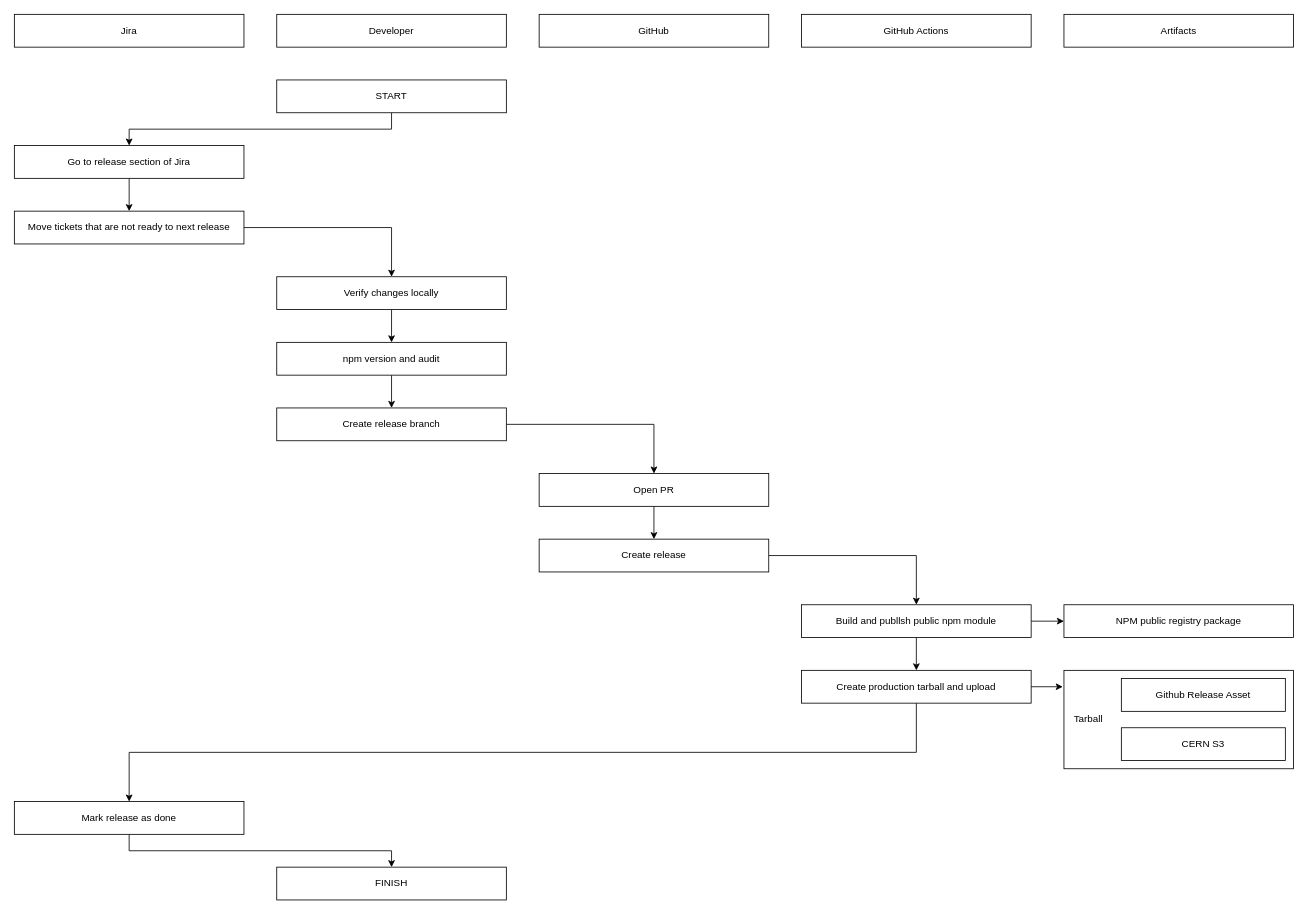
This is documentation/images/release_diagram.drawio from AliceO2Group/WebUi, a draw.io file, before an edit. Source tidied: cells renumbered, new cells numbered last; positions are measured from the earlier drawing's top-left corner, leaving out a move shared by most shapes. Both pictures are drawn from the tidied source at 82%, with x=0, y=0 at pixel (14, 14).
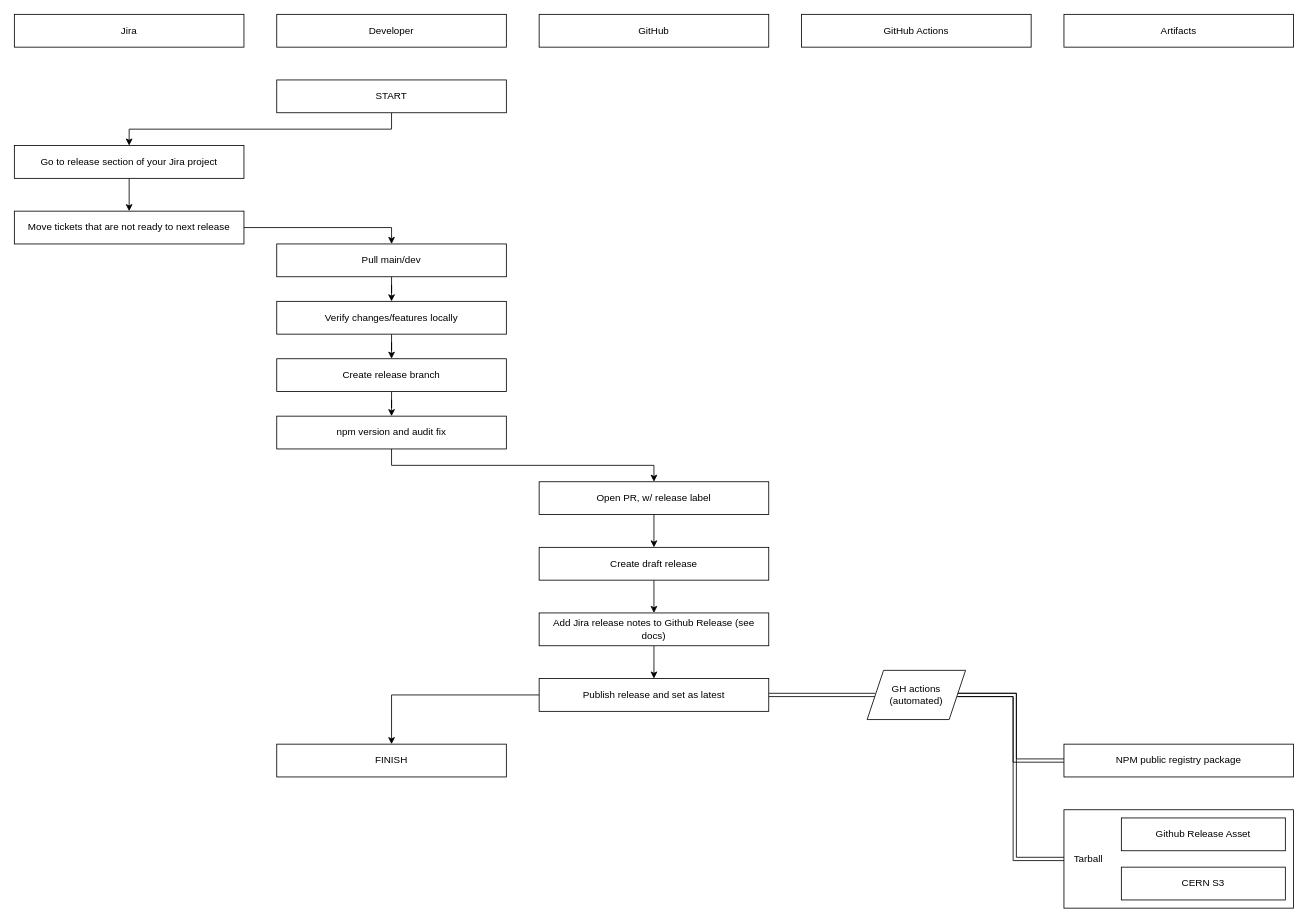
After the change.

The change refers to these unchanged cells:
```xml
<mxCell id="11" value="Move tickets that are not ready to next release" style="rounded=0;whiteSpace=wrap;html=1;" parent="1" vertex="1">
  <mxGeometry y="240" width="280" height="40" as="geometry" />
</mxCell>
```

What changed in the source:
```diff
@@
     <mxCell id="2" style="rounded=0;whiteSpace=wrap;html=1;" parent="1" vertex="1">
-      <mxGeometry x="1280" y="800" width="280" height="120" as="geometry" />
+      <mxGeometry x="1280" y="970" width="280" height="120" as="geometry" />
     </mxCell>
@@
-    <mxCell id="9" value="Go to release section of Jira" style="rounded=0;whiteSpace=wrap;html=1;" parent="1" vertex="1">
+    <mxCell id="9" value="Go to release section of your Jira project" style="rounded=0;whiteSpace=wrap;html=1;" parent="1" vertex="1">
       <mxGeometry y="160" width="280" height="40" as="geometry" />
     </mxCell>
-    <mxCell id="10" style="edgeStyle=orthogonalEdgeStyle;rounded=0;jettySize=auto;html=1;entryX=0.5;entryY=0;entryDx=0;entryDy=0;" parent="1" edge="1" source="11" target="13">
-      <mxGeometry relative="1" as="geometry" />
-    </mxCell>
+    <mxCell id="37" style="edgeStyle=orthogonalEdgeStyle;rounded=0;jettySize=auto;html=1;entryX=0.5;entryY=0;entryDx=0;entryDy=0;" parent="1" edge="1" source="11" target="43">
+      <mxGeometry relative="1" as="geometry" />
+    </mxCell>
@@
-    <mxCell id="12" style="edgeStyle=orthogonalEdgeStyle;rounded=0;jettySize=auto;html=1;" parent="1" edge="1" source="13" target="32">
-      <mxGeometry relative="1" as="geometry" />
-    </mxCell>
+    <mxCell id="38" style="edgeStyle=orthogonalEdgeStyle;rounded=0;jettySize=auto;html=1;entryX=0.5;entryY=0;entryDx=0;entryDy=0;" parent="1" edge="1" source="13" target="15">
+      <mxGeometry relative="1" as="geometry" />
+    </mxCell>
-    <mxCell id="13" value="Verify changes locally" style="rounded=0;whiteSpace=wrap;html=1;" parent="1" vertex="1">
-      <mxGeometry x="320" y="320" width="280" height="40" as="geometry" />
+    <mxCell id="13" value="Verify changes/features locally" style="rounded=0;whiteSpace=wrap;html=1;" parent="1" vertex="1">
+      <mxGeometry x="320" y="350" width="280" height="40" as="geometry" />
     </mxCell>
-    <mxCell id="14" style="edgeStyle=orthogonalEdgeStyle;rounded=0;jettySize=auto;html=1;entryX=0.5;entryY=0;entryDx=0;entryDy=0;" parent="1" edge="1" source="15" target="17">
-      <mxGeometry relative="1" as="geometry" />
-    </mxCell>
+    <mxCell id="39" style="edgeStyle=orthogonalEdgeStyle;rounded=0;jettySize=auto;html=1;entryX=0.5;entryY=0;entryDx=0;entryDy=0;" parent="1" edge="1" source="15" target="32">
+      <mxGeometry relative="1" as="geometry" />
+    </mxCell>
     <mxCell id="15" value="Create release branch" style="rounded=0;whiteSpace=wrap;html=1;" parent="1" vertex="1">
-      <mxGeometry x="320" y="480" width="280" height="40" as="geometry" />
+      <mxGeometry x="320" y="420" width="280" height="40" as="geometry" />
     </mxCell>
@@
-    <mxCell id="17" value="Open PR" style="rounded=0;whiteSpace=wrap;html=1;" parent="1" vertex="1">
-      <mxGeometry x="640" y="560" width="280" height="40" as="geometry" />
+    <mxCell id="17" value="Open PR, w/ release label" style="rounded=0;whiteSpace=wrap;html=1;" parent="1" vertex="1">
+      <mxGeometry x="640" y="570" width="280" height="40" as="geometry" />
     </mxCell>
-    <mxCell id="18" style="edgeStyle=orthogonalEdgeStyle;rounded=0;jettySize=auto;html=1;entryX=0.5;entryY=0;entryDx=0;entryDy=0;" parent="1" edge="1" source="19" target="22">
-      <mxGeometry relative="1" as="geometry" />
-    </mxCell>
+    <mxCell id="40" style="edgeStyle=orthogonalEdgeStyle;rounded=0;jettySize=auto;html=1;entryX=0.5;entryY=0;entryDx=0;entryDy=0;" parent="1" edge="1" source="19" target="45">
+      <mxGeometry relative="1" as="geometry" />
+    </mxCell>
-    <mxCell id="19" value="Create release" style="rounded=0;whiteSpace=wrap;html=1;" parent="1" vertex="1">
-      <mxGeometry x="640" y="640" width="280" height="40" as="geometry" />
+    <mxCell id="19" value="Create draft release" style="rounded=0;whiteSpace=wrap;html=1;" parent="1" vertex="1">
+      <mxGeometry x="640" y="650" width="280" height="40" as="geometry" />
     </mxCell>
-    <mxCell id="20" style="edgeStyle=orthogonalEdgeStyle;rounded=0;jettySize=auto;html=1;" parent="1" edge="1" source="22" target="24">
-      <mxGeometry relative="1" as="geometry" />
-    </mxCell>
-    <mxCell id="21" style="edgeStyle=orthogonalEdgeStyle;rounded=0;jettySize=auto;html=1;exitX=1;exitY=0.5;exitDx=0;exitDy=0;entryX=0;entryY=0.5;entryDx=0;entryDy=0;" parent="1" edge="1" source="22" target="28">
-      <mxGeometry relative="1" as="geometry" />
-    </mxCell>
-    <mxCell id="22" value="Build and publlsh public npm module" style="rounded=0;whiteSpace=wrap;html=1;" parent="1" vertex="1">
-      <mxGeometry x="960" y="720" width="280" height="40" as="geometry" />
-    </mxCell>
-    <mxCell id="23" style="edgeStyle=orthogonalEdgeStyle;rounded=0;jettySize=auto;html=1;exitX=0.5;exitY=1;exitDx=0;exitDy=0;entryX=0.5;entryY=0;entryDx=0;entryDy=0;" parent="1" edge="1" source="24" target="27">
-      <mxGeometry relative="1" as="geometry" />
-    </mxCell>
-    <mxCell id="24" value="Create production tarball and upload" style="rounded=0;whiteSpace=wrap;html=1;" parent="1" vertex="1">
-      <mxGeometry x="960" y="800" width="280" height="40" as="geometry" />
-    </mxCell>
     <mxCell id="25" value="Github Release Asset" style="rounded=0;whiteSpace=wrap;html=1;" parent="1" vertex="1">
-      <mxGeometry x="1350" y="810" width="200" height="40" as="geometry" />
+      <mxGeometry x="1350" y="980" width="200" height="40" as="geometry" />
     </mxCell>
-    <mxCell id="26" style="edgeStyle=orthogonalEdgeStyle;rounded=0;jettySize=auto;html=1;exitX=0.5;exitY=1;exitDx=0;exitDy=0;entryX=0.5;entryY=0;entryDx=0;entryDy=0;" parent="1" edge="1" source="27" target="36">
-      <mxGeometry relative="1" as="geometry" />
-    </mxCell>
-    <mxCell id="27" value="Mark release as done" style="rounded=0;whiteSpace=wrap;html=1;" parent="1" vertex="1">
-      <mxGeometry y="960" width="280" height="40" as="geometry" />
-    </mxCell>
     <mxCell id="28" value="NPM public registry package" style="rounded=0;whiteSpace=wrap;html=1;" parent="1" vertex="1">
-      <mxGeometry x="1280" y="720" width="280" height="40" as="geometry" />
+      <mxGeometry x="1280" y="890" width="280" height="40" as="geometry" />
     </mxCell>
     <mxCell id="29" value="CERN S3" style="rounded=0;whiteSpace=wrap;html=1;" parent="1" vertex="1">
-      <mxGeometry x="1350" y="870" width="200" height="40" as="geometry" />
+      <mxGeometry x="1350" y="1040" width="200" height="40" as="geometry" />
     </mxCell>
     <mxCell id="30" value="Tarball" style="text;html=1;whiteSpace=wrap;strokeColor=none;fillColor=none;align=center;verticalAlign=middle;rounded=0;rotation=0;" parent="1" vertex="1">
-      <mxGeometry x="1280" y="845" width="60" height="30" as="geometry" />
+      <mxGeometry x="1280" y="1015" width="60" height="30" as="geometry" />
     </mxCell>
-    <mxCell id="31" style="edgeStyle=orthogonalEdgeStyle;rounded=0;jettySize=auto;html=1;" parent="1" edge="1" source="32" target="15">
-      <mxGeometry relative="1" as="geometry" />
-    </mxCell>
+    <mxCell id="41" style="edgeStyle=orthogonalEdgeStyle;rounded=0;jettySize=auto;html=1;exitX=0.5;exitY=1;exitDx=0;exitDy=0;entryX=0.5;entryY=0;entryDx=0;entryDy=0;" parent="1" edge="1" source="32" target="17">
+      <mxGeometry relative="1" as="geometry" />
+    </mxCell>
-    <mxCell id="32" value="npm version and audit" style="rounded=0;whiteSpace=wrap;html=1;" parent="1" vertex="1">
-      <mxGeometry x="320" y="400" width="280" height="40" as="geometry" />
+    <mxCell id="32" value="npm version and audit fix" style="rounded=0;whiteSpace=wrap;html=1;" parent="1" vertex="1">
+      <mxGeometry x="320" y="490" width="280" height="40" as="geometry" />
     </mxCell>
-    <mxCell id="33" style="edgeStyle=orthogonalEdgeStyle;rounded=0;jettySize=auto;html=1;exitX=1;exitY=0.5;exitDx=0;exitDy=0;entryX=-0.005;entryY=0.17;entryDx=0;entryDy=0;entryPerimeter=0;" parent="1" edge="1" source="24" target="2">
-      <mxGeometry relative="1" as="geometry" />
-    </mxCell>
@@
     <mxCell id="36" value="FINISH" style="rounded=0;whiteSpace=wrap;html=1;" parent="1" vertex="1">
-      <mxGeometry x="320" y="1040" width="280" height="40" as="geometry" />
+      <mxGeometry x="320" y="890" width="280" height="40" as="geometry" />
     </mxCell>
+    <mxCell id="42" style="edgeStyle=orthogonalEdgeStyle;rounded=0;jettySize=auto;html=1;" parent="1" edge="1" source="43" target="13">
+      <mxGeometry relative="1" as="geometry" />
+    </mxCell>
+    <mxCell id="43" value="Pull main/dev" style="rounded=0;whiteSpace=wrap;html=1;" parent="1" vertex="1">
+      <mxGeometry x="320" y="280" width="280" height="40" as="geometry" />
+    </mxCell>
+    <mxCell id="44" style="edgeStyle=orthogonalEdgeStyle;rounded=0;jettySize=auto;html=1;" parent="1" edge="1" source="45" target="48">
+      <mxGeometry relative="1" as="geometry" />
+    </mxCell>
+    <mxCell id="45" value="Add Jira release notes to Github Release (see docs)" style="rounded=0;whiteSpace=wrap;html=1;" parent="1" vertex="1">
+      <mxGeometry x="640" y="730" width="280" height="40" as="geometry" />
+    </mxCell>
+    <mxCell id="46" style="edgeStyle=orthogonalEdgeStyle;rounded=0;jettySize=auto;html=1;entryX=0.5;entryY=0;entryDx=0;entryDy=0;" parent="1" edge="1" source="48" target="36">
+      <mxGeometry relative="1" as="geometry" />
+    </mxCell>
+    <mxCell id="47" style="edgeStyle=orthogonalEdgeStyle;shape=link;rounded=0;jettySize=auto;html=1;entryX=0;entryY=0.5;entryDx=0;entryDy=0;" parent="1" edge="1" source="48" target="51">
+      <mxGeometry relative="1" as="geometry" />
+    </mxCell>
+    <mxCell id="48" value="Publish release and set as latest" style="rounded=0;whiteSpace=wrap;html=1;" parent="1" vertex="1">
+      <mxGeometry x="640" y="810" width="280" height="40" as="geometry" />
+    </mxCell>
+    <mxCell id="49" style="edgeStyle=orthogonalEdgeStyle;shape=link;rounded=0;jettySize=auto;html=1;entryX=0;entryY=0.5;entryDx=0;entryDy=0;" parent="1" edge="1" source="51" target="28">
+      <mxGeometry relative="1" as="geometry" />
+    </mxCell>
+    <mxCell id="50" style="edgeStyle=orthogonalEdgeStyle;shape=link;rounded=0;jettySize=auto;html=1;entryX=0;entryY=0.5;entryDx=0;entryDy=0;" parent="1" edge="1" source="51" target="30">
+      <mxGeometry relative="1" as="geometry" />
+    </mxCell>
+    <mxCell id="51" value="GH actions&lt;div&gt;(automated)&lt;/div&gt;" style="shape=parallelogram;perimeter=parallelogramPerimeter;whiteSpace=wrap;html=1;fixedSize=1;" parent="1" vertex="1">
+      <mxGeometry x="1040" y="800" width="120" height="60" as="geometry" />
+    </mxCell>
```
